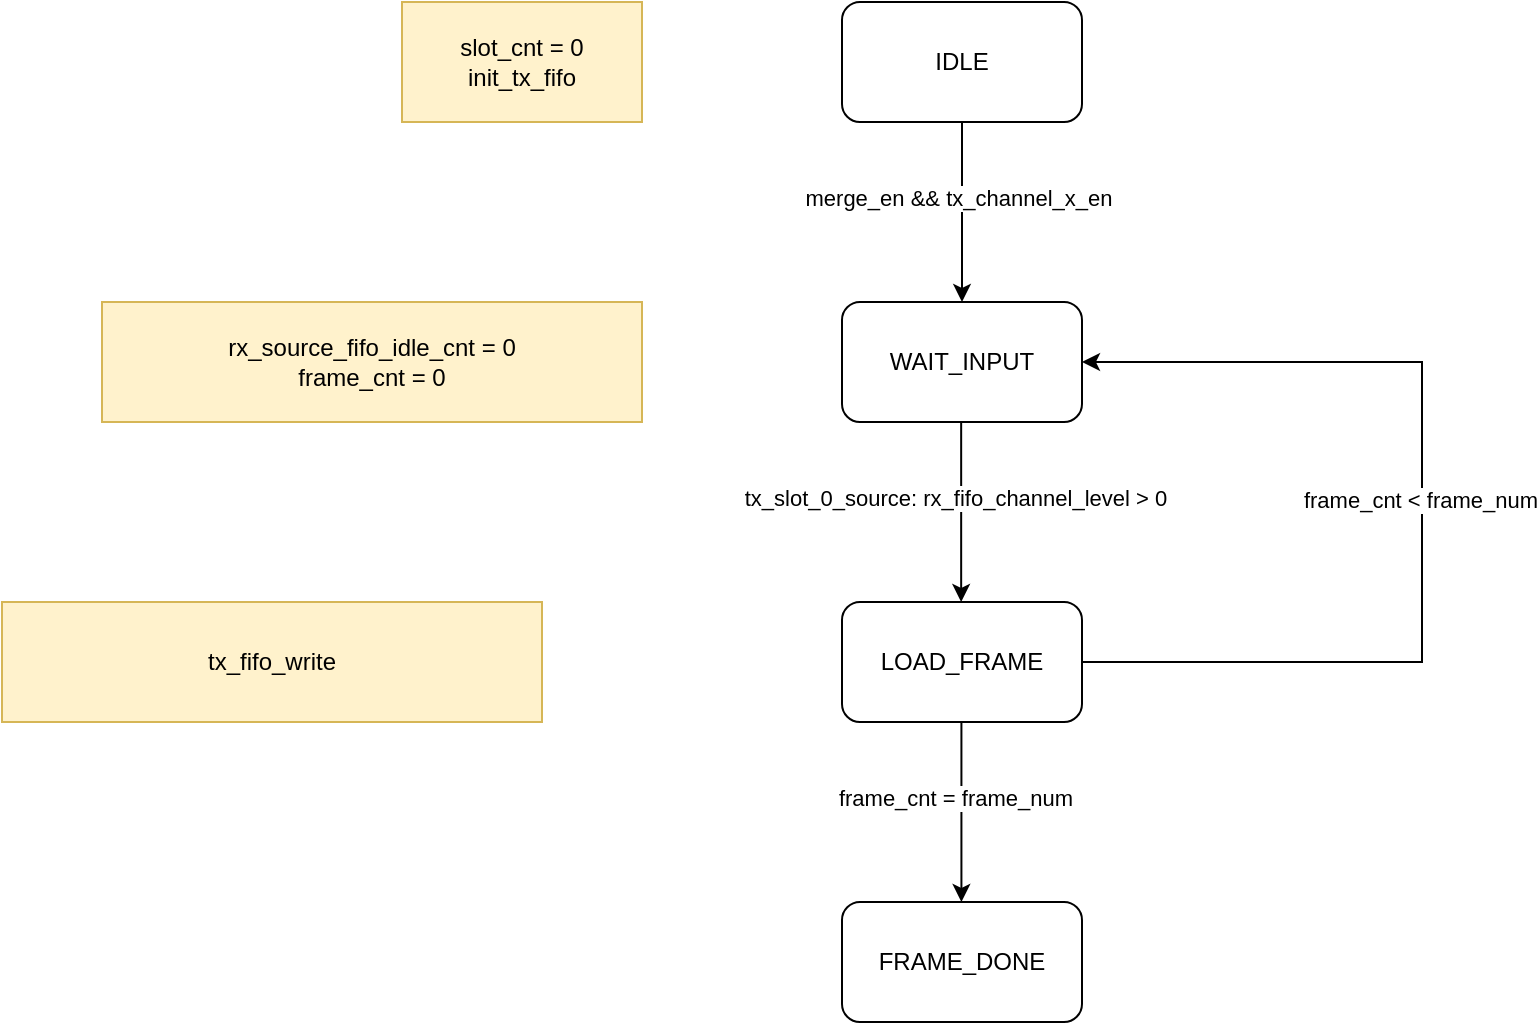
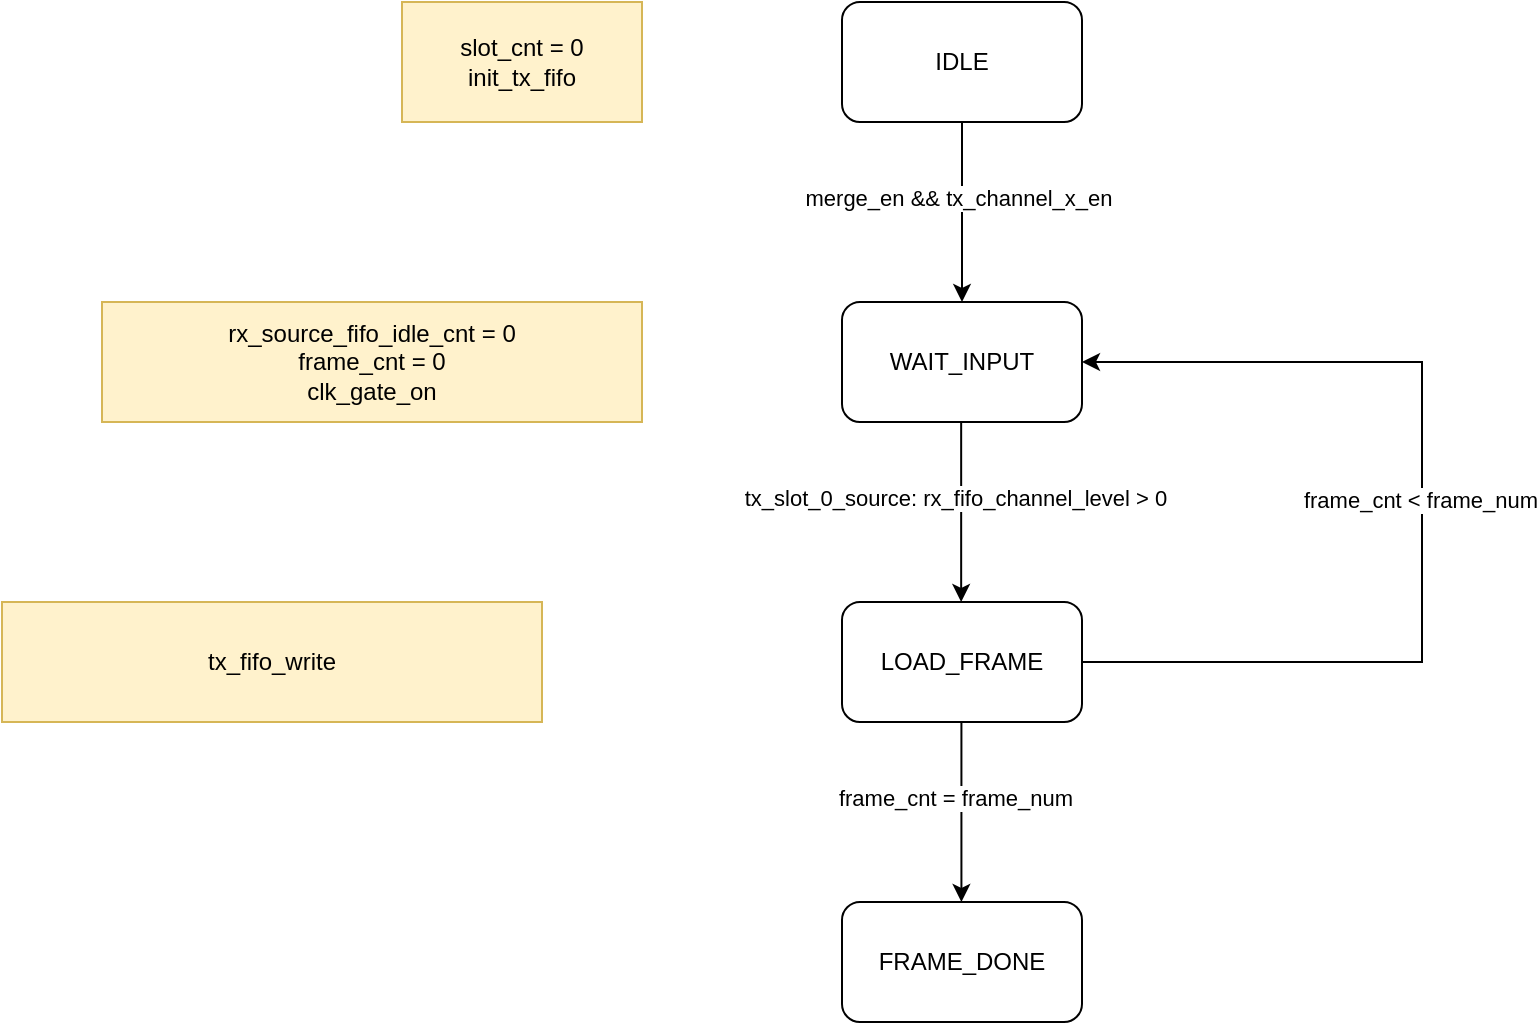
<mxfile host="app.diagrams.net">
  <diagram name="第 1 页" id="XjHAFqP7SQ1ti1ibUdli">
    <mxGraphModel dx="1531" dy="397" grid="1" gridSize="10" guides="1" tooltips="1" connect="1" arrows="1" fold="1" page="1" pageScale="1" pageWidth="827" pageHeight="1169" math="0" shadow="0">
      <root>
        <mxCell id="0" />
        <mxCell id="1" parent="0" />
        <mxCell id="F9P4_Q8i71CQrRzi8wBo-1" parent="1" style="rounded=1;whiteSpace=wrap;html=1;" value="IDLE" vertex="1">
          <mxGeometry height="60" width="120" x="330" y="60" as="geometry" />
        </mxCell>
        <mxCell id="F9P4_Q8i71CQrRzi8wBo-2" edge="1" parent="1" source="F9P4_Q8i71CQrRzi8wBo-1" style="endArrow=classic;html=1;rounded=0;exitX=0.5;exitY=1;exitDx=0;exitDy=0;" value="">
          <mxGeometry height="50" relative="1" width="50" as="geometry">
            <mxPoint x="400" y="240" as="sourcePoint" />
            <mxPoint x="390" y="210" as="targetPoint" />
          </mxGeometry>
        </mxCell>
        <mxCell id="F9P4_Q8i71CQrRzi8wBo-3" connectable="0" parent="F9P4_Q8i71CQrRzi8wBo-2" style="edgeLabel;html=1;align=center;verticalAlign=middle;resizable=0;points=[];" value="merge_en &amp;amp;&amp;amp; tx_channel_x_en" vertex="1">
          <mxGeometry relative="1" x="-0.163" y="-2" as="geometry">
            <mxPoint as="offset" />
          </mxGeometry>
        </mxCell>
        <mxCell id="F9P4_Q8i71CQrRzi8wBo-4" parent="1" style="rounded=1;whiteSpace=wrap;html=1;" value="WAIT_INPUT" vertex="1">
          <mxGeometry height="60" width="120" x="330" y="210" as="geometry" />
        </mxCell>
        <mxCell id="F9P4_Q8i71CQrRzi8wBo-5" edge="1" parent="1" style="endArrow=classic;html=1;rounded=0;exitX=0.5;exitY=1;exitDx=0;exitDy=0;" value="">
          <mxGeometry height="50" relative="1" width="50" as="geometry">
            <mxPoint x="389.58" y="270" as="sourcePoint" />
            <mxPoint x="389.58" y="360" as="targetPoint" />
          </mxGeometry>
        </mxCell>
        <mxCell id="F9P4_Q8i71CQrRzi8wBo-6" connectable="0" parent="F9P4_Q8i71CQrRzi8wBo-5" style="edgeLabel;html=1;align=center;verticalAlign=middle;resizable=0;points=[];" value="tx_slot_0_source: rx_fifo_channel_level &amp;gt; 0&amp;nbsp;" vertex="1">
          <mxGeometry relative="1" x="-0.163" y="-2" as="geometry">
            <mxPoint as="offset" />
          </mxGeometry>
        </mxCell>
        <mxCell id="F9P4_Q8i71CQrRzi8wBo-7" parent="1" style="rounded=1;whiteSpace=wrap;html=1;" value="LOAD_FRAME" vertex="1">
          <mxGeometry height="60" width="120" x="330" y="360" as="geometry" />
        </mxCell>
        <mxCell id="F9P4_Q8i71CQrRzi8wBo-8" edge="1" parent="1" source="F9P4_Q8i71CQrRzi8wBo-7" style="endArrow=classic;html=1;rounded=0;exitX=1;exitY=0.5;exitDx=0;exitDy=0;entryX=1;entryY=0.5;entryDx=0;entryDy=0;edgeStyle=orthogonalEdgeStyle;" target="F9P4_Q8i71CQrRzi8wBo-4" value="">
          <mxGeometry height="50" relative="1" width="50" as="geometry">
            <Array as="points">
              <mxPoint x="620" y="390" />
              <mxPoint x="620" y="240" />
            </Array>
            <mxPoint x="490" y="400" as="sourcePoint" />
            <mxPoint x="540" y="350" as="targetPoint" />
          </mxGeometry>
        </mxCell>
        <mxCell id="F9P4_Q8i71CQrRzi8wBo-9" connectable="0" parent="F9P4_Q8i71CQrRzi8wBo-8" style="edgeLabel;html=1;align=center;verticalAlign=middle;resizable=0;points=[];" value="frame_cnt &amp;lt; frame_num" vertex="1">
          <mxGeometry relative="1" x="0.0261" y="1" as="geometry">
            <mxPoint as="offset" />
          </mxGeometry>
        </mxCell>
        <mxCell id="F9P4_Q8i71CQrRzi8wBo-10" edge="1" parent="1" style="endArrow=classic;html=1;rounded=0;exitX=0.5;exitY=1;exitDx=0;exitDy=0;" value="">
          <mxGeometry height="50" relative="1" width="50" as="geometry">
            <mxPoint x="389.71" y="420" as="sourcePoint" />
            <mxPoint x="389.71" y="510" as="targetPoint" />
          </mxGeometry>
        </mxCell>
        <mxCell id="F9P4_Q8i71CQrRzi8wBo-11" connectable="0" parent="F9P4_Q8i71CQrRzi8wBo-10" style="edgeLabel;html=1;align=center;verticalAlign=middle;resizable=0;points=[];" value="frame_cnt = frame_num&amp;nbsp;" vertex="1">
          <mxGeometry relative="1" x="-0.163" y="-2" as="geometry">
            <mxPoint as="offset" />
          </mxGeometry>
        </mxCell>
        <mxCell id="6jK4qZs0-pzn6i_ATSWB-1" parent="1" style="rounded=0;whiteSpace=wrap;html=1;fillColor=#fff2cc;strokeColor=#d6b656;" value="slot_cnt = 0&lt;div&gt;init_tx_fifo&lt;/div&gt;" vertex="1">
          <mxGeometry height="60" width="120" x="110" y="60" as="geometry" />
        </mxCell>
-         <mxCell id="6jK4qZs0-pzn6i_ATSWB-7" parent="1" style="rounded=0;whiteSpace=wrap;html=1;fillColor=#fff2cc;strokeColor=#d6b656;" value="rx_source_fifo_idle_cnt = 0&lt;div&gt;frame_cnt = 0&lt;/div&gt;" vertex="1">
+         <mxCell id="6jK4qZs0-pzn6i_ATSWB-7" parent="1" style="rounded=0;whiteSpace=wrap;html=1;fillColor=#fff2cc;strokeColor=#d6b656;" value="rx_source_fifo_idle_cnt = 0&lt;div&gt;frame_cnt = 0&lt;/div&gt;&lt;div&gt;clk_gate_on&lt;/div&gt;" vertex="1">
          <mxGeometry height="60" width="270" x="-40" y="210" as="geometry" />
        </mxCell>
        <mxCell id="6jK4qZs0-pzn6i_ATSWB-9" parent="1" style="rounded=1;whiteSpace=wrap;html=1;" value="FRAME_DONE" vertex="1">
          <mxGeometry height="60" width="120" x="330" y="510" as="geometry" />
        </mxCell>
        <mxCell id="6jK4qZs0-pzn6i_ATSWB-10" parent="1" style="rounded=0;whiteSpace=wrap;html=1;fillColor=#fff2cc;strokeColor=#d6b656;" value="tx_fifo_write" vertex="1">
          <mxGeometry height="60" width="270" x="-90" y="360" as="geometry" />
        </mxCell>
      </root>
    </mxGraphModel>
  </diagram>
</mxfile>
